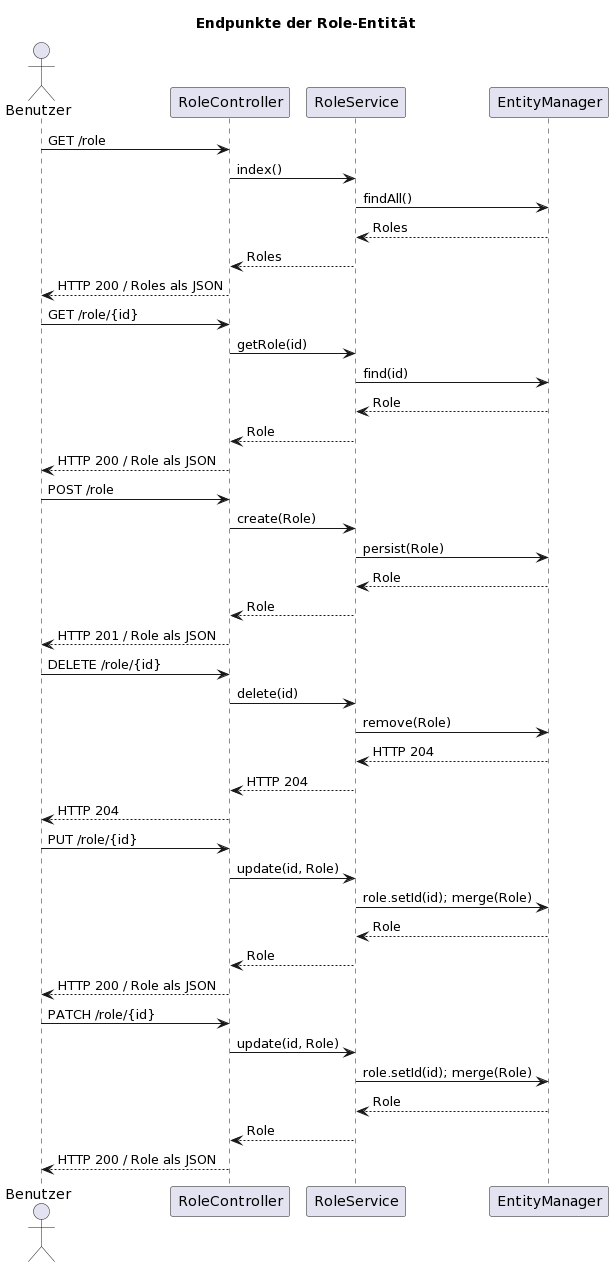
The PlantUML diagram assets/sequenzdiagramm_role.png in carlottostromstedt/m223_projektarbeit, before a commit.
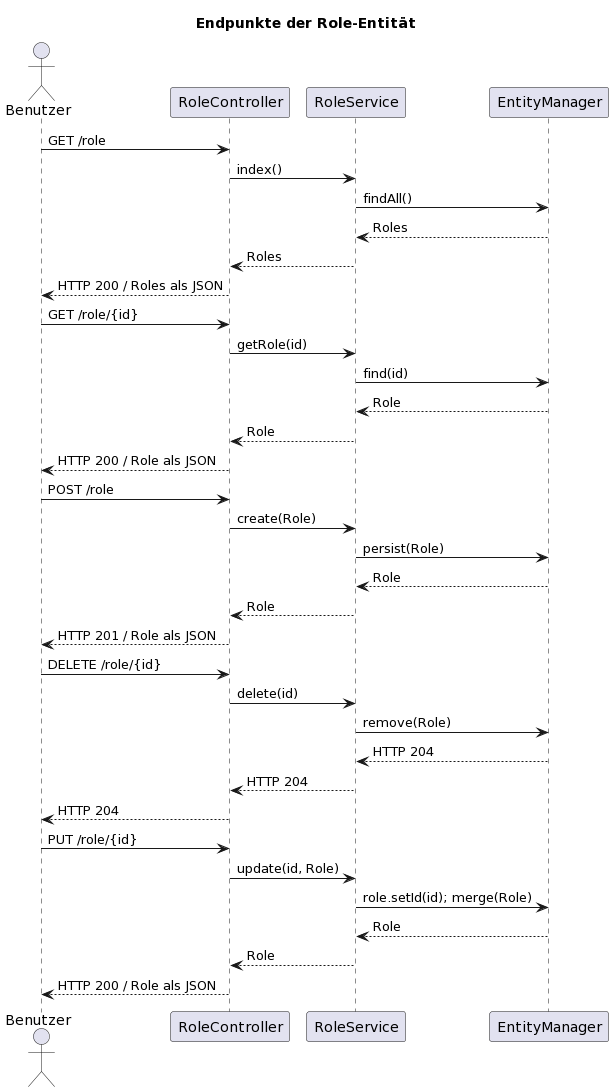
After the commit.

Change to the diagram source:
```diff
@@ -40,11 +40,4 @@
 RoleService <-- EntityManager: Role
 RoleController <-- RoleService: Role
 Benutzer <-- RoleController: HTTP 200 / Role als JSON
-
-Benutzer -> RoleController: PATCH /role/{id}
-RoleController -> RoleService: update(id, Role)
-RoleService -> EntityManager: role.setId(id); merge(Role)
-RoleService <-- EntityManager: Role
-RoleController <-- RoleService: Role
-Benutzer <-- RoleController: HTTP 200 / Role als JSON
 @enduml
```
